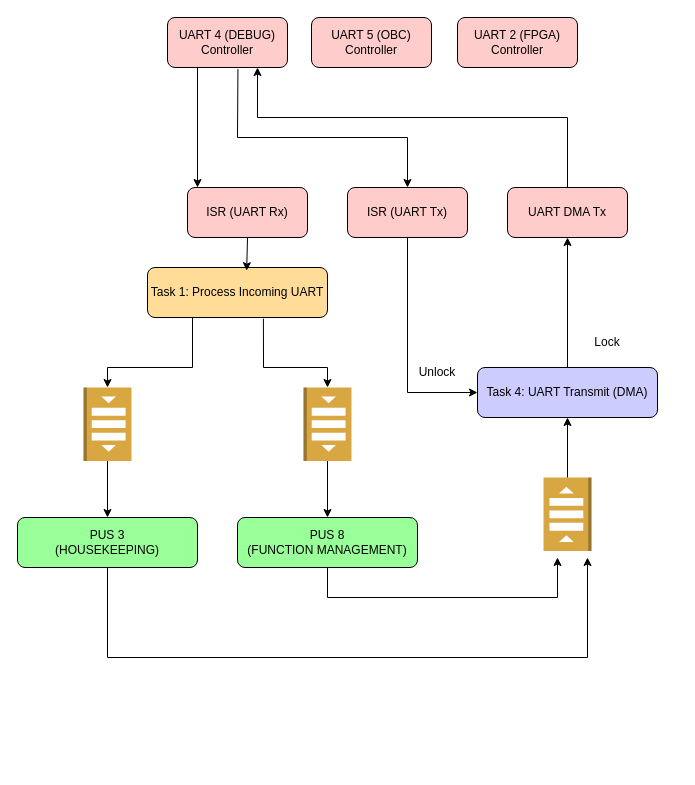
Before: Software_Architecture_DataHub.drawio in WhiskeySierraPapa/LP-Software-uC-SP-MThesis-2025, a draw.io diagram. Source tidied: cells renumbered, new cells numbered last; positions are measured from the earlier drawing's top-left corner, leaving out a move shared by most shapes. Both pictures are drawn from the tidied source at 100%, with x=0, y=0 at pixel (17, 17).
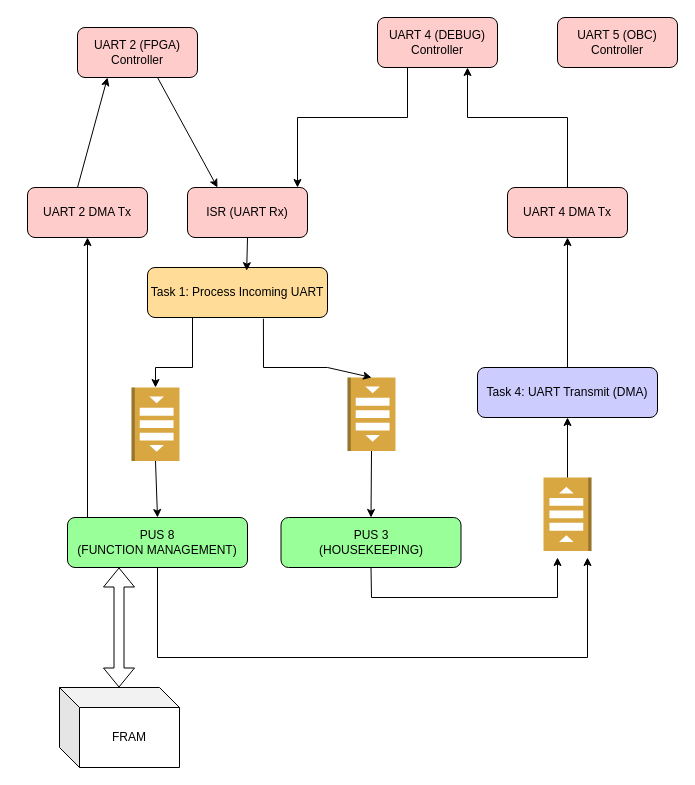
The same page after the edit.

Commit message:
Starting working on FPGA comm arch

The change refers to these unchanged cells:
```xml
<mxCell id="2" value="ISR (UART Rx)" style="rounded=1;whiteSpace=wrap;fillColor=#FFCCCC;" parent="1" vertex="1">
  <mxGeometry x="170" y="170" width="120" height="50" as="geometry" />
</mxCell>
<mxCell id="3" value="Task 1: Process Incoming UART" style="rounded=1;whiteSpace=wrap;fillColor=#FFDD99;" parent="1" vertex="1">
  <mxGeometry x="130" y="250" width="180" height="50" as="geometry" />
</mxCell>
<mxCell id="6" value="Task 4: UART Transmit (DMA)" style="rounded=1;whiteSpace=wrap;fillColor=#CCCCFF;" parent="1" vertex="1">
  <mxGeometry x="460" y="350" width="180" height="50" as="geometry" />
</mxCell>
```

What changed in the source:
```diff
@@
-    <mxCell id="4" value="PUS 3&#10;(HOUSEKEEPING)" style="rounded=1;whiteSpace=wrap;fillColor=#99FF99;" parent="1" vertex="1">
-      <mxGeometry y="500" width="180" height="50" as="geometry" />
+    <mxCell id="4" value="PUS 8&#10;(FUNCTION MANAGEMENT)" style="rounded=1;whiteSpace=wrap;fillColor=#99FF99;" parent="1" vertex="1">
+      <mxGeometry x="50" y="500" width="180" height="50" as="geometry" />
     </mxCell>
-    <mxCell id="5" value="PUS 8&#10;(FUNCTION MANAGEMENT)" style="rounded=1;whiteSpace=wrap;fillColor=#99FF99;" parent="1" vertex="1">
-      <mxGeometry x="220" y="500" width="180" height="50" as="geometry" />
+    <mxCell id="5" value="PUS 3&#10;(HOUSEKEEPING)" style="rounded=1;whiteSpace=wrap;fillColor=#99FF99;" parent="1" vertex="1">
+      <mxGeometry x="263.5" y="500" width="180" height="50" as="geometry" />
     </mxCell>
@@
     <mxCell id="7" value="UART 4 (DEBUG) Controller" style="rounded=1;whiteSpace=wrap;fillColor=#FFCCCC;" parent="1" vertex="1">
-      <mxGeometry x="150" width="120" height="50" as="geometry" />
+      <mxGeometry x="360" width="120" height="50" as="geometry" />
     </mxCell>
     <mxCell id="8" value="UART 5 (OBC) Controller" style="rounded=1;whiteSpace=wrap;fillColor=#FFCCCC;" parent="1" vertex="1">
-      <mxGeometry x="294" width="120" height="50" as="geometry" />
+      <mxGeometry x="540" width="120" height="50" as="geometry" />
     </mxCell>
     <mxCell id="9" value="UART 2 (FPGA) Controller" style="rounded=1;whiteSpace=wrap;fillColor=#FFCCCC;" parent="1" vertex="1">
-      <mxGeometry x="440" width="120" height="50" as="geometry" />
+      <mxGeometry x="60" y="10" width="120" height="50" as="geometry" />
     </mxCell>
-    <mxCell id="10" value="ISR (UART Tx)" style="rounded=1;whiteSpace=wrap;fillColor=#FFCCCC;" parent="1" vertex="1">
-      <mxGeometry x="330" y="170" width="120" height="50" as="geometry" />
-    </mxCell>
-    <mxCell id="11" value="UART DMA Tx" style="rounded=1;whiteSpace=wrap;fillColor=#FFCCCC;" parent="1" vertex="1">
+    <mxCell id="11" value="UART 4 DMA Tx" style="rounded=1;whiteSpace=wrap;fillColor=#FFCCCC;" parent="1" vertex="1">
       <mxGeometry x="490" y="170" width="120" height="50" as="geometry" />
     </mxCell>
     <mxCell id="12" style="endArrow=classic;html=1;rounded=0;exitX=0.25;exitY=1;exitDx=0;exitDy=0;" parent="1" edge="1" source="7">
       <mxGeometry relative="1" as="geometry">
-        <mxPoint x="180" y="170" as="targetPoint" />
+        <mxPoint x="280" y="170" as="targetPoint" />
+        <Array as="points">
+          <mxPoint x="390" y="100" />
+          <mxPoint x="280" y="100" />
+        </Array>
       </mxGeometry>
     </mxCell>
-    <mxCell id="13" style="endArrow=classic;html=1;rounded=0;entryX=0.5;entryY=0;entryDx=0;entryDy=0;exitX=0.587;exitY=1.032;exitDx=0;exitDy=0;exitPerimeter=0;" parent="1" edge="1" source="7" target="10">
-      <mxGeometry relative="1" as="geometry">
-        <Array as="points">
-          <mxPoint x="220" y="120" />
-          <mxPoint x="390" y="120" />
-        </Array>
-      </mxGeometry>
-    </mxCell>
     <mxCell id="14" style="endArrow=classic;html=1;rounded=0;exitX=0.5;exitY=0;exitDx=0;exitDy=0;entryX=0.75;entryY=1;entryDx=0;entryDy=0;" parent="1" edge="1" source="11" target="7">
       <mxGeometry relative="1" as="geometry">
         <Array as="points">
           <mxPoint x="550" y="100" />
-          <mxPoint x="240" y="100" />
+          <mxPoint x="450" y="100" />
         </Array>
       </mxGeometry>
     </mxCell>
@@
-    <mxCell id="17" style="endArrow=classic;html=1;rounded=0;entryX=0;entryY=0.5;entryDx=0;entryDy=0;" parent="1" edge="1" target="6">
-      <mxGeometry relative="1" as="geometry">
-        <mxPoint x="390" y="220" as="sourcePoint" />
-        <Array as="points">
-          <mxPoint x="390" y="375" />
-        </Array>
-      </mxGeometry>
-    </mxCell>
-    <mxCell id="18" value="Unlock" style="text;html=1;align=center;verticalAlign=middle;whiteSpace=wrap;rounded=0;" parent="1" vertex="1">
-      <mxGeometry x="390" y="340" width="60" height="30" as="geometry" />
-    </mxCell>
-    <mxCell id="19" value="Lock" style="text;html=1;align=center;verticalAlign=middle;whiteSpace=wrap;rounded=0;" parent="1" vertex="1">
-      <mxGeometry x="560" y="310" width="60" height="30" as="geometry" />
-    </mxCell>
@@
     <mxCell id="21" style="outlineConnect=0;dashed=0;verticalLabelPosition=bottom;verticalAlign=top;align=center;html=1;shape=mxgraph.aws3.queue;fillColor=#D9A741;gradientColor=none;direction=south;" parent="1" vertex="1">
-      <mxGeometry x="66" y="370" width="48" height="73.5" as="geometry" />
+      <mxGeometry x="114" y="370" width="48" height="73.5" as="geometry" />
     </mxCell>
     <mxCell id="22" style="outlineConnect=0;dashed=0;verticalLabelPosition=bottom;verticalAlign=top;align=center;html=1;shape=mxgraph.aws3.queue;fillColor=#D9A741;gradientColor=none;direction=south;" parent="1" vertex="1">
-      <mxGeometry x="286" y="370" width="48" height="73.5" as="geometry" />
+      <mxGeometry x="330" y="360" width="48" height="73.5" as="geometry" />
     </mxCell>
     <mxCell id="23" style="endArrow=classic;html=1;rounded=0;entryX=0;entryY=0.5;entryDx=0;entryDy=0;exitX=0.25;exitY=1;exitDx=0;exitDy=0;entryPerimeter=0;" parent="1" edge="1" source="3" target="21">
       <mxGeometry relative="1" as="geometry">
         <Array as="points">
           <mxPoint x="175" y="350" />
-          <mxPoint x="90" y="350" />
+          <mxPoint x="138" y="350" />
         </Array>
       </mxGeometry>
     </mxCell>
@@
-    <mxCell id="27" style="endArrow=classic;html=1;rounded=0;" parent="1" edge="1">
+    <mxCell id="27" style="endArrow=classic;html=1;rounded=0;exitX=0.5;exitY=1;exitDx=0;exitDy=0;" parent="1" edge="1" source="5">
       <mxGeometry relative="1" as="geometry">
-        <mxPoint x="310" y="550" as="sourcePoint" />
         <mxPoint x="540" y="540" as="targetPoint" />
         <Array as="points">
-          <mxPoint x="310" y="580" />
+          <mxPoint x="354" y="580" />
           <mxPoint x="540" y="580" />
         </Array>
       </mxGeometry>
     </mxCell>
-    <mxCell id="28" style="endArrow=classic;html=1;rounded=0;" parent="1" edge="1">
+    <mxCell id="28" style="endArrow=classic;html=1;rounded=0;exitX=0.5;exitY=1;exitDx=0;exitDy=0;" parent="1" edge="1" source="4">
       <mxGeometry relative="1" as="geometry">
-        <mxPoint x="90" y="550" as="sourcePoint" />
         <mxPoint x="570" y="540" as="targetPoint" />
         <Array as="points">
-          <mxPoint x="90" y="640" />
+          <mxPoint x="140" y="640" />
           <mxPoint x="570" y="640" />
         </Array>
       </mxGeometry>
     </mxCell>
@@
+    <mxCell id="30" value="UART 2 DMA Tx" style="rounded=1;whiteSpace=wrap;fillColor=#FFCCCC;" parent="1" vertex="1">
+      <mxGeometry x="10" y="170" width="120" height="50" as="geometry" />
+    </mxCell>
+    <mxCell id="31" style="endArrow=classic;html=1;rounded=0;entryX=0.5;entryY=1;entryDx=0;entryDy=0;" parent="1" edge="1" target="30">
+      <mxGeometry relative="1" as="geometry">
+        <mxPoint x="70" y="500" as="sourcePoint" />
+      </mxGeometry>
+    </mxCell>
+    <mxCell id="32" style="endArrow=classic;html=1;rounded=0;entryX=0.25;entryY=1;entryDx=0;entryDy=0;" parent="1" edge="1" target="9">
+      <mxGeometry relative="1" as="geometry">
+        <mxPoint x="60" y="170" as="sourcePoint" />
+      </mxGeometry>
+    </mxCell>
+    <mxCell id="33" style="endArrow=classic;html=1;rounded=0;entryX=0.25;entryY=0;entryDx=0;entryDy=0;" parent="1" edge="1" target="2">
+      <mxGeometry relative="1" as="geometry">
+        <mxPoint x="140" y="60" as="sourcePoint" />
+      </mxGeometry>
+    </mxCell>
+    <mxCell id="34" value="FRAM" style="shape=cube;whiteSpace=wrap;html=1;boundedLbl=1;backgroundOutline=1;darkOpacity=0.05;darkOpacity2=0.1;" parent="1" vertex="1">
+      <mxGeometry x="42" y="670" width="120" height="80" as="geometry" />
+    </mxCell>
+    <mxCell id="35" style="shape=flexArrow;endArrow=classic;startArrow=classic;html=1;rounded=0;" parent="1" edge="1">
+      <mxGeometry relative="1" as="geometry">
+        <mxPoint x="101.5" y="670" as="sourcePoint" />
+        <mxPoint x="101.5" y="550" as="targetPoint" />
+      </mxGeometry>
+    </mxCell>
```
